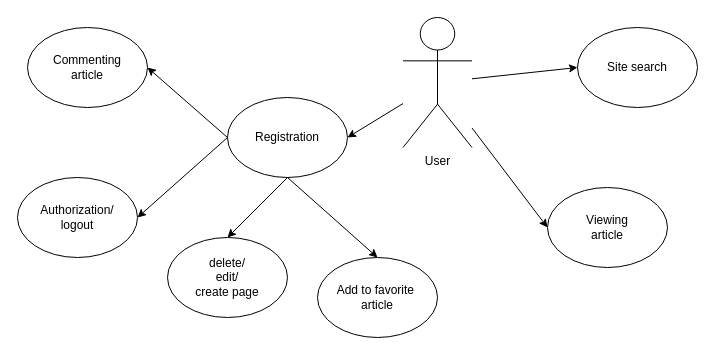
Above: Untitled Diagram.drawio in prostopank/Blog (draw.io), before the change. Source tidied: cells renumbered, new cells numbered last; positions are measured from the earlier drawing's top-left corner, leaving out a move shared by most shapes. Both pictures are drawn from the tidied source at 100%, with x=0, y=0 at pixel (17, 17).
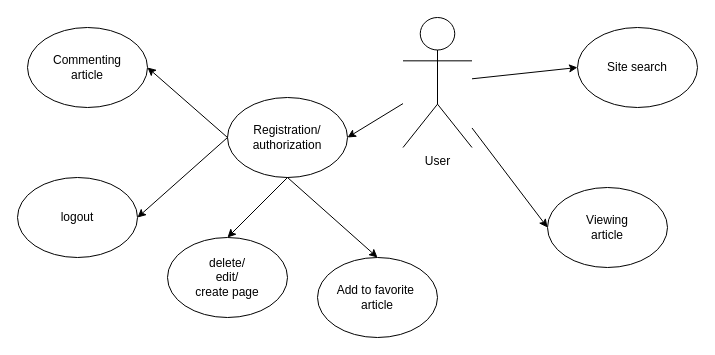
The same diagram, later.

Diff of the diagram source:
```diff
@@
 <mxGraphModel>
   <root>
     <mxCell id="0" />
     <mxCell id="1" parent="0" />
     <mxCell id="2" value="User&lt;br&gt;" style="shape=umlActor;verticalLabelPosition=bottom;verticalAlign=top;html=1;outlineConnect=0;" parent="1" vertex="1">
       <mxGeometry x="385.5" width="69" height="130" as="geometry" />
     </mxCell>
-    <mxCell id="3" value="Registration" style="ellipse;whiteSpace=wrap;html=1;" parent="1" vertex="1">
+    <mxCell id="3" value="Registration/&lt;br&gt;authorization" style="ellipse;whiteSpace=wrap;html=1;" parent="1" vertex="1">
       <mxGeometry x="210" y="80" width="120" height="80" as="geometry" />
     </mxCell>
     <mxCell id="4" value="Viewing&lt;br&gt;article" style="ellipse;whiteSpace=wrap;html=1;" parent="1" vertex="1">
       <mxGeometry x="530" y="170" width="120" height="80" as="geometry" />
     </mxCell>
     <mxCell id="5" value="Site search" style="ellipse;whiteSpace=wrap;html=1;" parent="1" vertex="1">
       <mxGeometry x="560" y="10" width="120" height="80" as="geometry" />
     </mxCell>
     <mxCell id="6" value="delete/&lt;br&gt;edit/&lt;br&gt;create page" style="ellipse;whiteSpace=wrap;html=1;" parent="1" vertex="1">
       <mxGeometry x="150" y="220" width="120" height="80" as="geometry" />
     </mxCell>
     <mxCell id="7" value="Add to favorite&amp;nbsp;&lt;br&gt;article" style="ellipse;whiteSpace=wrap;html=1;" parent="1" vertex="1">
       <mxGeometry x="300" y="240" width="120" height="80" as="geometry" />
     </mxCell>
-    <mxCell id="8" value="Authorization/&lt;br&gt;logout" style="ellipse;whiteSpace=wrap;html=1;" parent="1" vertex="1">
+    <mxCell id="8" value="logout" style="ellipse;whiteSpace=wrap;html=1;" parent="1" vertex="1">
       <mxGeometry y="160" width="120" height="80" as="geometry" />
     </mxCell>
     <mxCell id="9" style="endArrow=classic;html=1;entryX=0;entryY=0.5;entryDx=0;entryDy=0;" parent="1" edge="1" source="2" target="5">
       <mxGeometry relative="1" as="geometry" />
     </mxCell>
     <mxCell id="10" style="endArrow=classic;html=1;entryX=0;entryY=0.5;entryDx=0;entryDy=0;" parent="1" edge="1" source="2" target="4">
       <mxGeometry relative="1" as="geometry" />
     </mxCell>
     <mxCell id="11" style="endArrow=classic;html=1;entryX=0.5;entryY=0;entryDx=0;entryDy=0;exitX=0.5;exitY=1;exitDx=0;exitDy=0;" parent="1" edge="1" source="3" target="7">
       <mxGeometry relative="1" as="geometry" />
     </mxCell>
     <mxCell id="12" style="endArrow=classic;html=1;entryX=0.5;entryY=0;entryDx=0;entryDy=0;exitX=0.5;exitY=1;exitDx=0;exitDy=0;" parent="1" edge="1" source="3" target="6">
       <mxGeometry relative="1" as="geometry" />
     </mxCell>
     <mxCell id="13" style="endArrow=classic;html=1;exitX=0;exitY=0.5;exitDx=0;exitDy=0;entryX=1;entryY=0.5;entryDx=0;entryDy=0;" parent="1" edge="1" source="3" target="8">
       <mxGeometry relative="1" as="geometry" />
     </mxCell>
     <mxCell id="14" style="endArrow=classic;html=1;entryX=1;entryY=0.5;entryDx=0;entryDy=0;" parent="1" edge="1" source="2" target="3">
       <mxGeometry relative="1" as="geometry" />
     </mxCell>
     <mxCell id="15" value="Commenting&lt;br&gt;article" style="ellipse;whiteSpace=wrap;html=1;" parent="1" vertex="1">
       <mxGeometry x="10" y="10" width="120" height="80" as="geometry" />
     </mxCell>
     <mxCell id="16" style="endArrow=classic;html=1;exitX=0;exitY=0.5;exitDx=0;exitDy=0;entryX=1;entryY=0.5;entryDx=0;entryDy=0;" parent="1" edge="1" source="3" target="15">
       <mxGeometry relative="1" as="geometry" />
     </mxCell>
   </root>
 </mxGraphModel>
```
